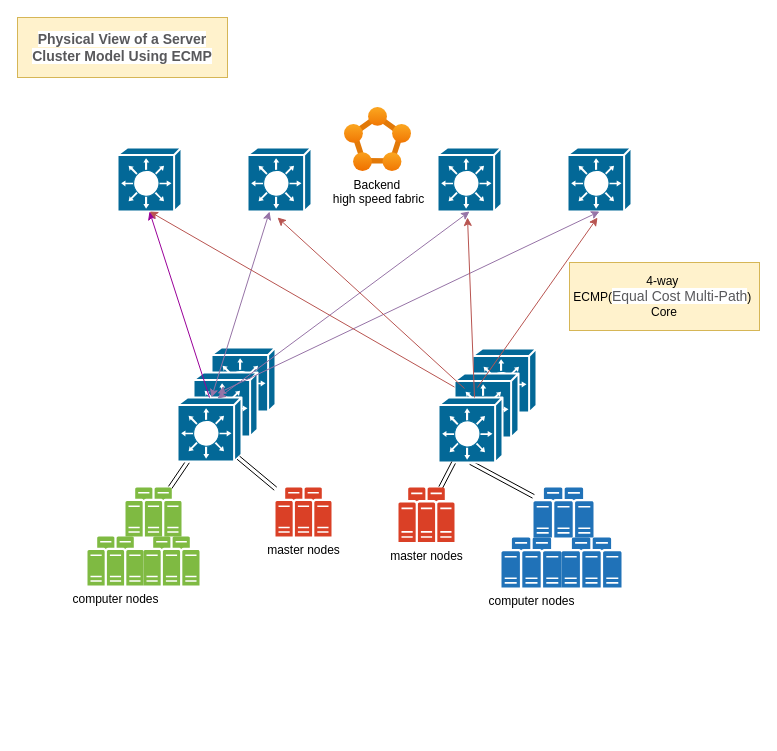
Above: ServerClusterModel.drawio in wbxsxu168/drawio (draw.io), before the change. Source tidied: cells renumbered, new cells numbered last; positions are measured from the earlier drawing's top-left corner, leaving out a move shared by most shapes. Both pictures are drawn from the tidied source at 100%, with x=0, y=0 at pixel (17, 17).
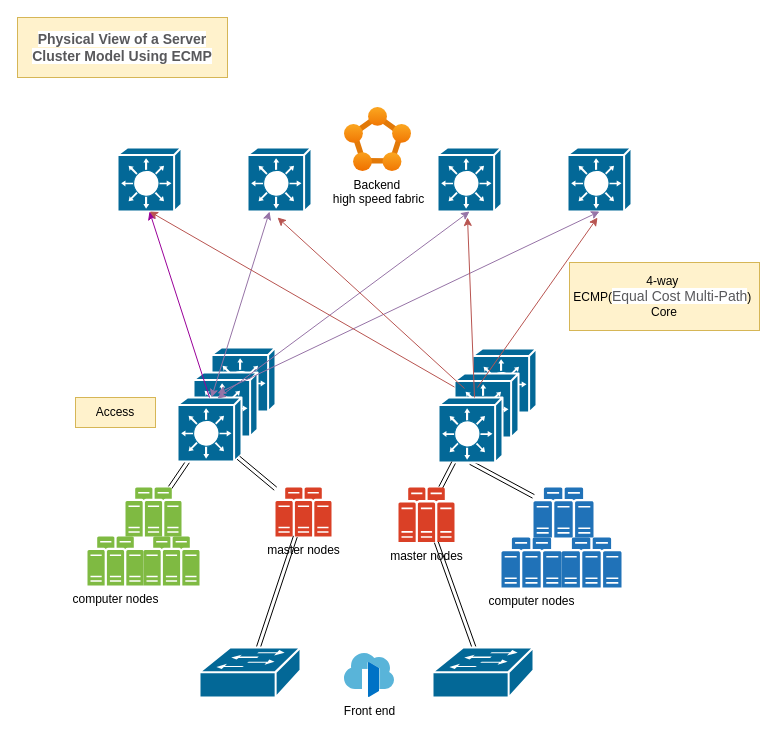
Above is the later version.

Unchanged cells that the change refers to:
```xml
<mxCell id="26" value="master nodes" style="sketch=0;shadow=0;dashed=0;html=1;strokeColor=none;fillColor=#505050;labelPosition=center;verticalLabelPosition=bottom;verticalAlign=top;outlineConnect=0;align=center;shape=mxgraph.office.servers.server_farm;fillColor=#DA4026;" parent="1" vertex="1">
  <mxGeometry x="258" y="470" width="56" height="49" as="geometry" />
</mxCell>
<mxCell id="28" value="master nodes" style="sketch=0;shadow=0;dashed=0;html=1;strokeColor=none;fillColor=#505050;labelPosition=center;verticalLabelPosition=bottom;verticalAlign=top;outlineConnect=0;align=center;shape=mxgraph.office.servers.server_farm;fillColor=#DA4026;" parent="1" vertex="1">
  <mxGeometry x="381" y="470" width="56" height="54.5" as="geometry" />
</mxCell>
```

What changed in the source:
```diff
@@
+    <mxCell id="36" style="rounded=0;jettySize=auto;html=1;shape=link;" parent="1" edge="1" source="26" target="38">
+      <mxGeometry relative="1" as="geometry" />
+    </mxCell>
@@
+    <mxCell id="37" style="rounded=0;jettySize=auto;html=1;shape=link;" parent="1" edge="1" source="28" target="39">
+      <mxGeometry relative="1" as="geometry" />
+    </mxCell>
@@
+    <mxCell id="38" style="shape=mxgraph.cisco.switches.workgroup_switch;sketch=0;html=1;dashed=0;fillColor=#036897;strokeColor=#ffffff;strokeWidth=2;verticalLabelPosition=bottom;verticalAlign=top;align=center;outlineConnect=0;" parent="1" vertex="1">
+      <mxGeometry x="182" y="630" width="101" height="50" as="geometry" />
+    </mxCell>
+    <mxCell id="39" style="shape=mxgraph.cisco.switches.workgroup_switch;sketch=0;html=1;dashed=0;fillColor=#036897;strokeColor=#ffffff;strokeWidth=2;verticalLabelPosition=bottom;verticalAlign=top;align=center;outlineConnect=0;" parent="1" vertex="1">
+      <mxGeometry x="415" y="630" width="101" height="50" as="geometry" />
+    </mxCell>
+    <mxCell id="40" value="Front end&lt;div&gt;&lt;div&gt;&lt;br&gt;&lt;/div&gt;&lt;/div&gt;" style="image;sketch=0;html=1;align=center;fontSize=12;image=img/lib/mscae/Front_Doors.svg;" parent="1" vertex="1">
+      <mxGeometry x="327" y="636" width="50" height="44" as="geometry" />
+    </mxCell>
+    <mxCell id="41" value="Access" style="text;html=1;strokeColor=#d6b656;fillColor=#fff2cc;align=center;verticalAlign=middle;whiteSpace=wrap;overflow=hidden;" parent="1" vertex="1">
+      <mxGeometry x="58" y="380" width="80" height="30" as="geometry" />
+    </mxCell>
```
